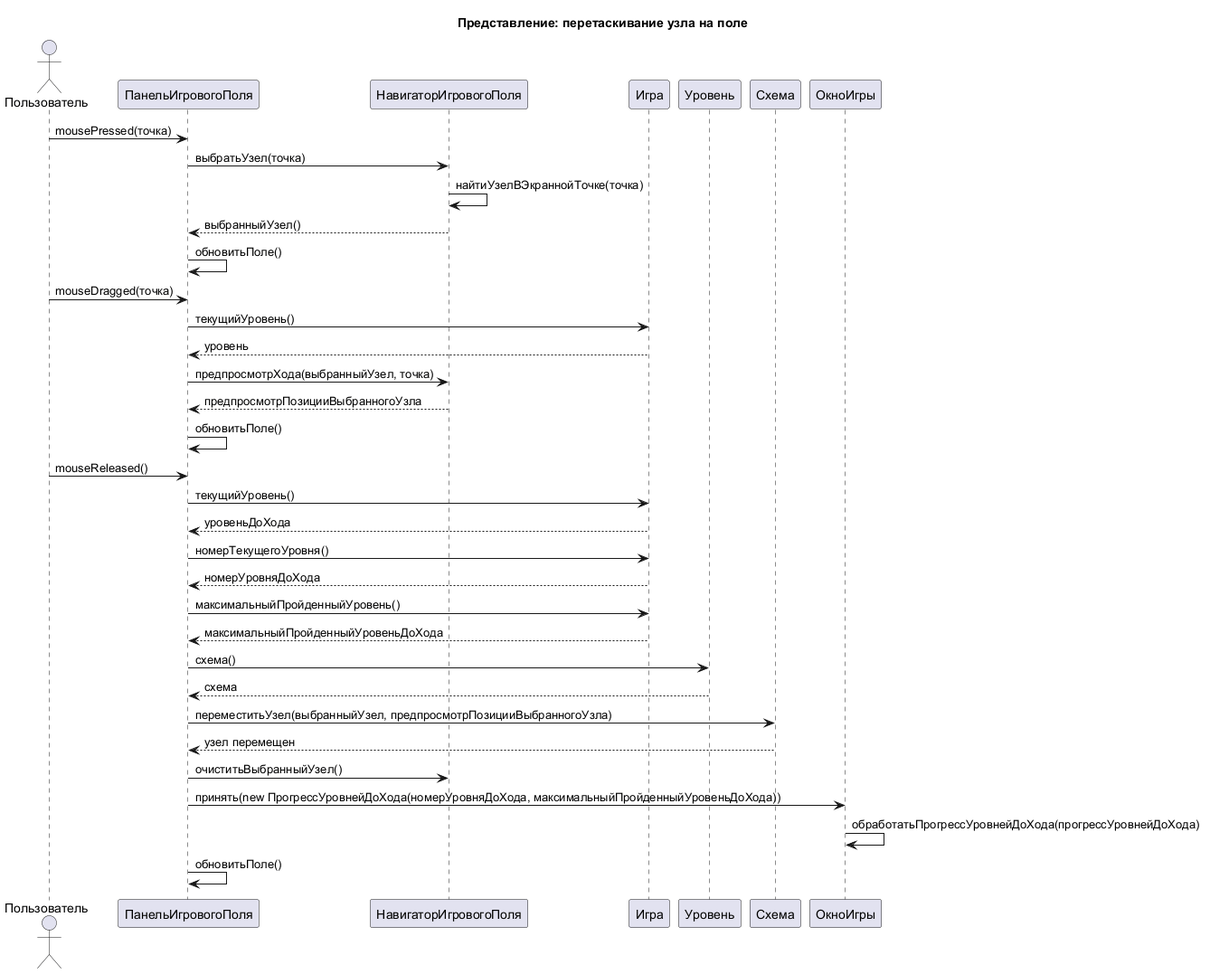
This is diagrams/View sequence diagrams/03 Drag node on field.png from dmitriyBreyfogel/Untangle, a PlantUML export, as it was before one commit.
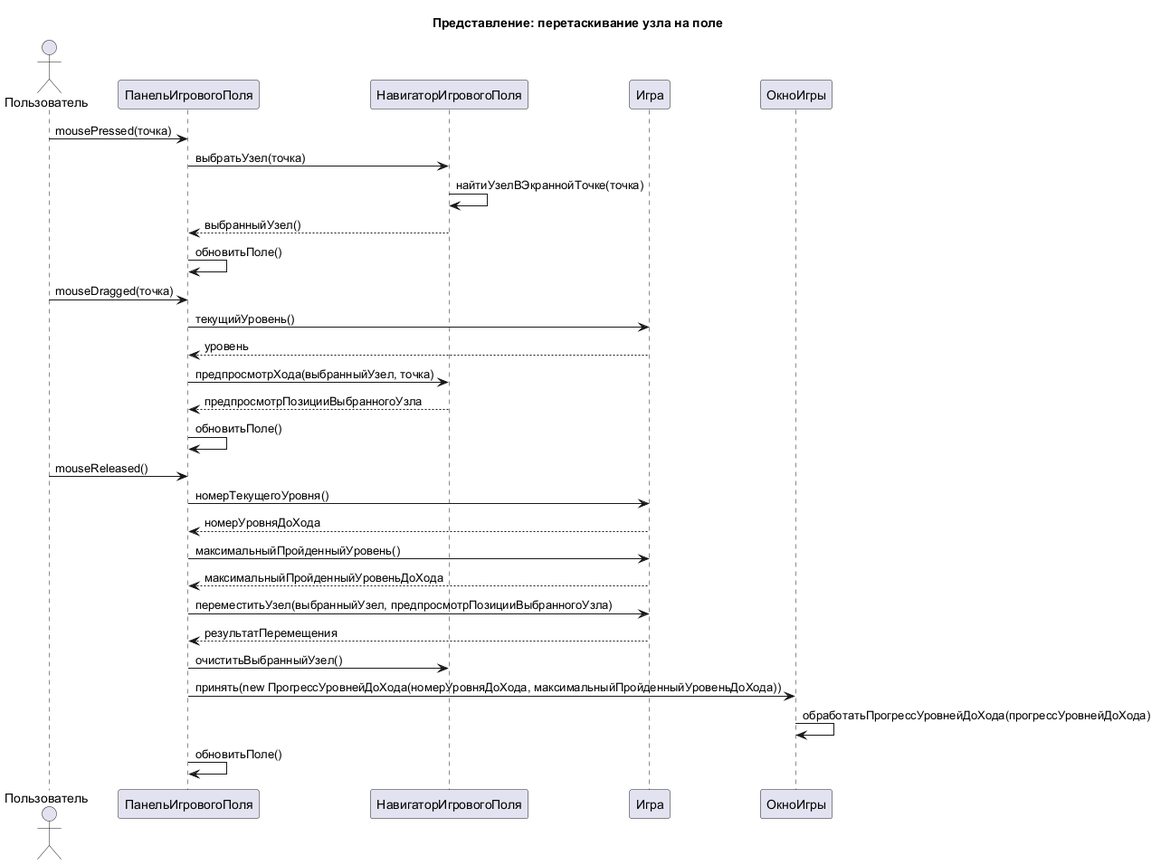
Later version of the same file.

Change to the diagram source:
```diff
@@ -5,8 +5,6 @@
 participant "ПанельИгровогоПоля" as ПанельИгровогоПоля
 participant "НавигаторИгровогоПоля" as НавигаторИгровогоПоля
 participant "Игра" as Игра
-participant "Уровень" as Уровень
-participant "Схема" as Схема
 participant "ОкноИгры" as ОкноИгры
 
 Пользователь -> ПанельИгровогоПоля : mousePressed(точка)
@@ -23,16 +21,12 @@
 ПанельИгровогоПоля -> ПанельИгровогоПоля : обновитьПоле()
 
 Пользователь -> ПанельИгровогоПоля : mouseReleased()
-ПанельИгровогоПоля -> Игра : текущийУровень()
-Игра --> ПанельИгровогоПоля : уровеньДоХода
 ПанельИгровогоПоля -> Игра : номерТекущегоУровня()
 Игра --> ПанельИгровогоПоля : номерУровняДоХода
 ПанельИгровогоПоля -> Игра : максимальныйПройденныйУровень()
 Игра --> ПанельИгровогоПоля : максимальныйПройденныйУровеньДоХода
-ПанельИгровогоПоля -> Уровень : схема()
-Уровень --> ПанельИгровогоПоля : схема
-ПанельИгровогоПоля -> Схема : переместитьУзел(выбранныйУзел, предпросмотрПозицииВыбранногоУзла)
-Схема --> ПанельИгровогоПоля : узел перемещен
+ПанельИгровогоПоля -> Игра : переместитьУзел(выбранныйУзел, предпросмотрПозицииВыбранногоУзла)
+Игра --> ПанельИгровогоПоля : результатПеремещения
 ПанельИгровогоПоля -> НавигаторИгровогоПоля : очиститьВыбранныйУзел()
 ПанельИгровогоПоля -> ОкноИгры : принять(new ПрогрессУровнейДоХода(номерУровняДоХода, максимальныйПройденныйУровеньДоХода))
 ОкноИгры -> ОкноИгры : обработатьПрогрессУровнейДоХода(прогрессУровнейДоХода)
```
